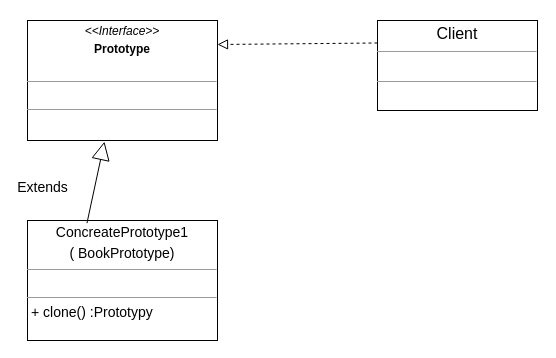
The draw.io diagram page "Page-1" (1 of 2) of creational/prototype/proto.drawio in MaksShadows/Patterns, before the edit. Source tidied: cells renumbered, new cells numbered last; positions are measured from the earlier drawing's top-left corner, leaving out a move shared by most shapes. Both pictures are drawn from the tidied source at 100%, with x=0, y=0 at pixel (27, 20).
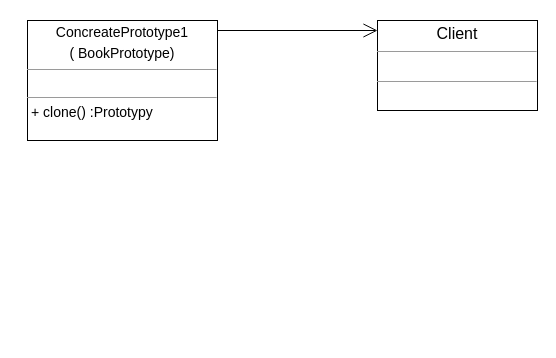
After the change.

The edit, as a diff of the source:
```diff
@@
 <mxGraphModel>
   <root>
     <mxCell id="0" />
     <mxCell id="1" parent="0" />
-    <mxCell id="2" value="&lt;p style=&quot;margin: 4px 0px 0px ; text-align: center&quot;&gt;&lt;i&gt;&amp;lt;&amp;lt;Interface&amp;gt;&amp;gt;&lt;/i&gt;&lt;/p&gt;&lt;p style=&quot;margin: 0px ; margin-top: 4px ; text-align: center&quot;&gt;&lt;b&gt;Prototype&lt;/b&gt;&lt;/p&gt;&lt;p style=&quot;margin: 0px ; margin-top: 4px ; text-align: center&quot;&gt;&lt;br&gt;&lt;/p&gt;&lt;hr size=&quot;1&quot;&gt;&lt;p style=&quot;margin: 0px ; margin-left: 4px&quot;&gt;&lt;br&gt;&lt;/p&gt;&lt;hr size=&quot;1&quot;&gt;&lt;p style=&quot;text-align: justify ; margin: 0px 0px 0px 4px&quot;&gt;&lt;br&gt;&lt;/p&gt;" style="verticalAlign=top;align=left;overflow=fill;fontSize=12;fontFamily=Helvetica;html=1;" parent="1" vertex="1">
-      <mxGeometry width="190" height="120" as="geometry" />
-    </mxCell>
     <mxCell id="3" value="&lt;p style=&quot;text-align: center ; margin: 4px 0px 0px ; font-size: 14px&quot;&gt;&lt;font style=&quot;font-size: 14px&quot;&gt;ConcreatePrototype1&lt;/font&gt;&lt;/p&gt;&lt;p style=&quot;text-align: center ; margin: 4px 0px 0px ; font-size: 14px&quot;&gt;&lt;font style=&quot;font-size: 14px&quot;&gt;(&amp;nbsp;BookPrototype)&lt;/font&gt;&lt;/p&gt;&lt;hr size=&quot;1&quot; style=&quot;text-align: justify ; font-size: 14px&quot;&gt;&lt;p style=&quot;text-align: justify ; margin: 0px 0px 0px 4px&quot;&gt;&lt;br&gt;&lt;/p&gt;&lt;hr size=&quot;1&quot; style=&quot;text-align: justify&quot;&gt;&lt;p style=&quot;text-align: justify ; margin: 0px 0px 0px 4px&quot;&gt;&lt;font style=&quot;font-size: 14px&quot;&gt;+ clone() :Prototypy&lt;/font&gt;&lt;/p&gt;&lt;div&gt;&lt;br&gt;&lt;/div&gt;" style="verticalAlign=top;align=left;overflow=fill;fontSize=12;fontFamily=Helvetica;html=1;" parent="1" vertex="1">
-      <mxGeometry y="200" width="190" height="120" as="geometry" />
+      <mxGeometry width="190" height="120" as="geometry" />
     </mxCell>
     <mxCell id="4" value="&lt;p style=&quot;text-align: center ; margin: 4px 0px 0px ; font-size: 16px&quot;&gt;&lt;font style=&quot;font-size: 16px&quot;&gt;Client&lt;/font&gt;&lt;/p&gt;&lt;hr size=&quot;1&quot; style=&quot;text-align: justify ; font-size: 16px&quot;&gt;&lt;p style=&quot;text-align: justify ; margin: 0px 0px 0px 4px&quot;&gt;&lt;br&gt;&lt;/p&gt;&lt;hr size=&quot;1&quot; style=&quot;text-align: justify&quot;&gt;&lt;p style=&quot;text-align: justify ; margin: 0px 0px 0px 4px&quot;&gt;&lt;br&gt;&lt;/p&gt;" style="verticalAlign=top;align=left;overflow=fill;fontSize=12;fontFamily=Helvetica;html=1;" parent="1" vertex="1">
       <mxGeometry x="350" width="160" height="90" as="geometry" />
     </mxCell>
-    <mxCell id="5" value="Extends" style="endArrow=block;endSize=16;endFill=0;html=1;fontSize=14;entryX=0.405;entryY=1.01;entryDx=0;entryDy=0;entryPerimeter=0;exitX=0.313;exitY=0.022;exitDx=0;exitDy=0;exitPerimeter=0;" parent="1" edge="1" source="3" target="2">
-      <mxGeometry x="-0.4" y="51" relative="1" as="geometry" />
-    </mxCell>
-    <mxCell id="6" style="endArrow=block;startArrow=none;endFill=0;startFill=0;endSize=8;html=1;verticalAlign=bottom;dashed=1;labelBackgroundColor=none;exitX=0;exitY=0.25;exitDx=0;exitDy=0;entryX=1;entryY=0.2;entryDx=0;entryDy=0;entryPerimeter=0;" parent="1" edge="1" source="4" target="2">
-      <mxGeometry relative="1" as="geometry" />
+    <mxCell id="6" style="endArrow=open;endFill=1;endSize=12;html=1;" parent="1" edge="1">
+      <mxGeometry relative="1" as="geometry">
+        <mxPoint x="190" y="10" as="sourcePoint" />
+        <mxPoint x="350" y="10" as="targetPoint" />
+      </mxGeometry>
     </mxCell>
   </root>
 </mxGraphModel>
```
